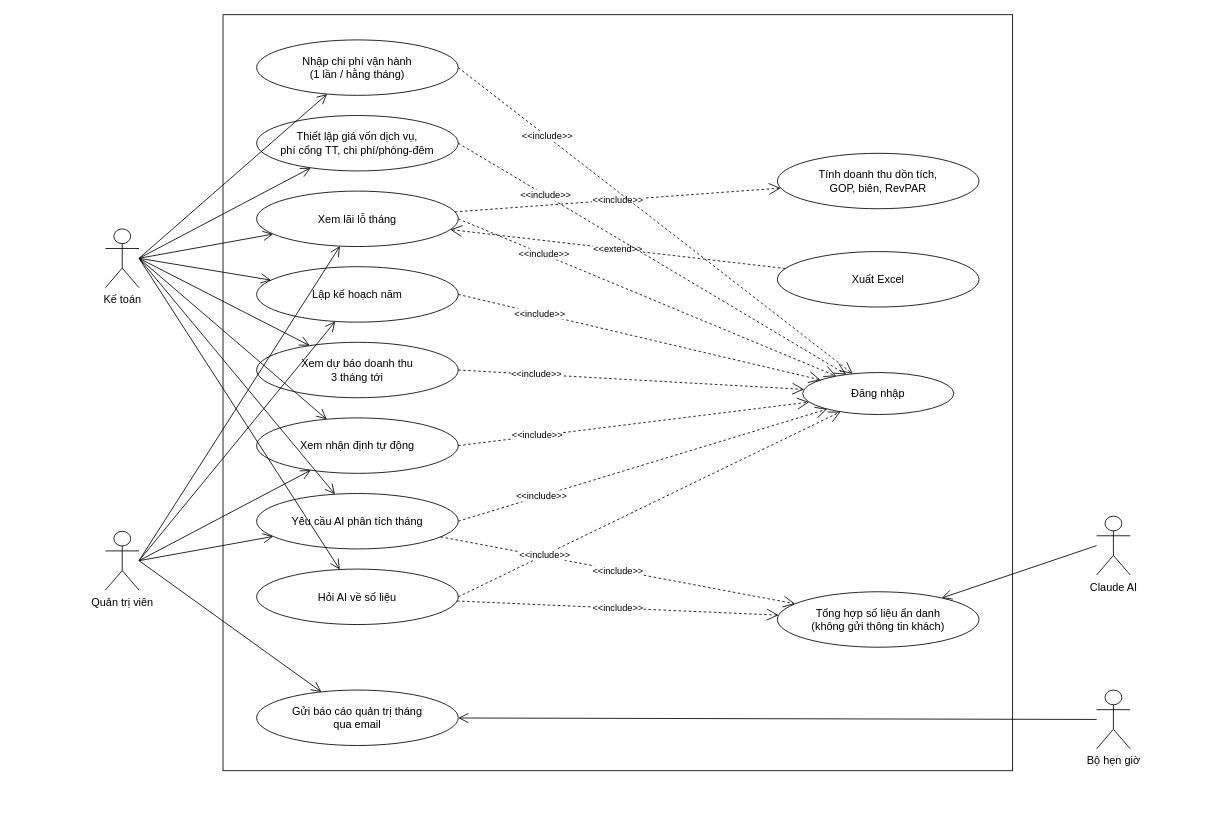
Earlier version of the draw.io diagram docs/use-case/phan-ra/uc7-lai-lo-ai.drawio (ngynquchn2511/beach-hotel). Source tidied: cells renumbered, new cells numbered last; positions are measured from the earlier drawing's top-left corner, leaving out a move shared by most shapes. Both pictures are drawn from the tidied source at 84%, with x=0, y=0 at pixel (105, 14).
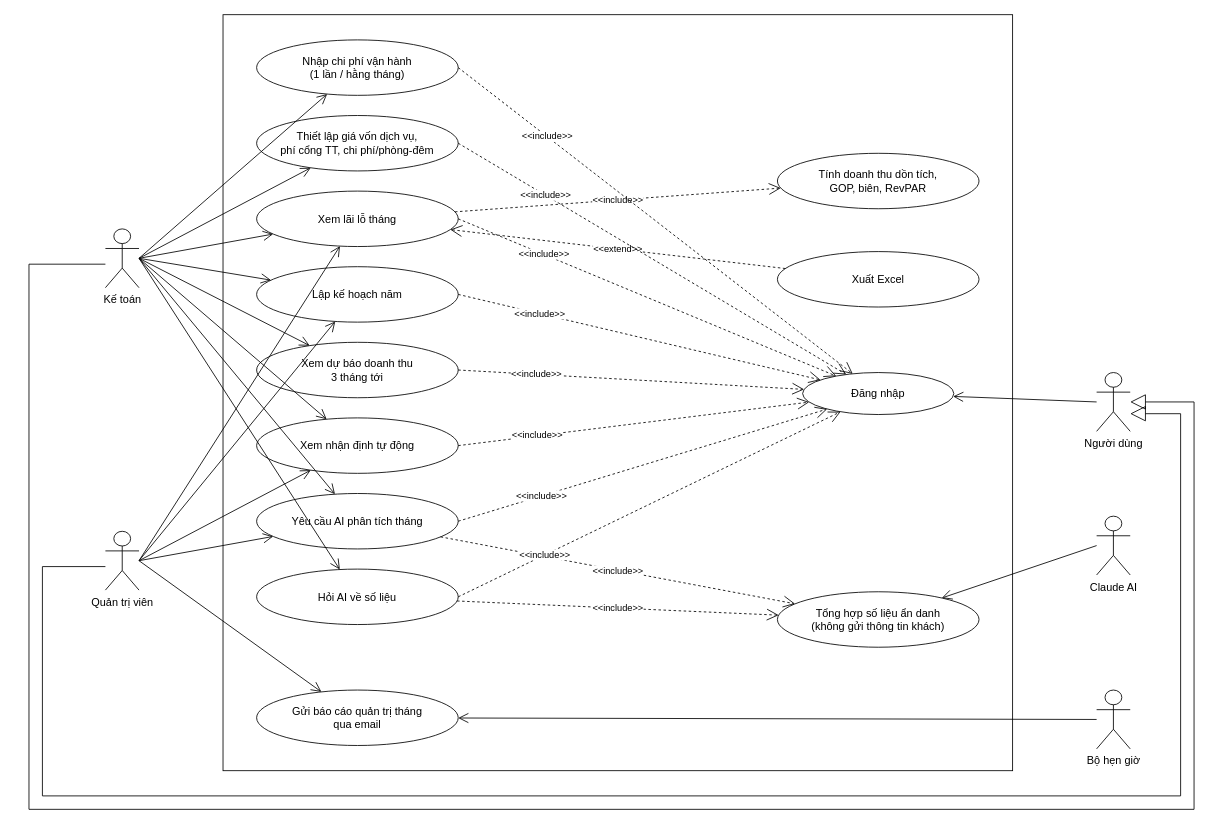
After the change.

The change refers to these unchanged cells:
```xml
<mxCell id="15" value="Đăng nhập" style="ellipse;whiteSpace=wrap;html=1;fillColor=#FFFFFF;strokeColor=#000000;fontSize=13;" parent="1" vertex="1">
  <mxGeometry x="830" y="426" width="180" height="50" as="geometry" />
</mxCell>
<mxCell id="16" value="Kế toán" style="shape=umlActor;verticalLabelPosition=bottom;verticalAlign=top;html=1;outlineConnect=0;fillColor=#FFFFFF;strokeColor=#000000;fontSize=13;" parent="1" vertex="1">
  <mxGeometry y="255" width="40" height="70" as="geometry" />
</mxCell>
<mxCell id="17" value="Quản trị viên" style="shape=umlActor;verticalLabelPosition=bottom;verticalAlign=top;html=1;outlineConnect=0;fillColor=#FFFFFF;strokeColor=#000000;fontSize=13;" parent="1" vertex="1">
  <mxGeometry y="615" width="40" height="70" as="geometry" />
</mxCell>
```

Diff of the diagram source:
```diff
@@
+    <mxCell id="47" value="Người dùng" style="shape=umlActor;verticalLabelPosition=bottom;verticalAlign=top;html=1;outlineConnect=0;fillColor=#FFFFFF;strokeColor=#000000;fontSize=13;" parent="1" vertex="1">
+      <mxGeometry x="1180" y="426" width="40" height="70" as="geometry" />
+    </mxCell>
+    <mxCell id="48" style="endArrow=open;endSize=10;html=1;rounded=0;strokeColor=#000000;exitX=0;exitY=0.5;exitDx=0;exitDy=0;exitPerimeter=0;" parent="1" edge="1" source="47" target="15">
+      <mxGeometry relative="1" as="geometry" />
+    </mxCell>
+    <mxCell id="49" style="endArrow=block;endSize=16;endFill=0;html=1;rounded=0;strokeColor=#000000;exitX=0;exitY=0.6;exitDx=0;exitDy=0;exitPerimeter=0;entryX=1;entryY=0.7;entryDx=0;entryDy=0;entryPerimeter=0;" parent="1" edge="1" source="17" target="47">
+      <mxGeometry relative="1" as="geometry">
+        <Array as="points">
+          <mxPoint x="-75" y="657" />
+          <mxPoint x="-75" y="930" />
+          <mxPoint x="1280" y="930" />
+          <mxPoint x="1280" y="475" />
+        </Array>
+      </mxGeometry>
+    </mxCell>
+    <mxCell id="50" style="endArrow=block;endSize=16;endFill=0;html=1;rounded=0;strokeColor=#000000;exitX=0;exitY=0.6;exitDx=0;exitDy=0;exitPerimeter=0;entryX=1;entryY=0.49999999999999994;entryDx=0;entryDy=0;entryPerimeter=0;" parent="1" edge="1" source="16" target="47">
+      <mxGeometry relative="1" as="geometry">
+        <Array as="points">
+          <mxPoint x="-91" y="297" />
+          <mxPoint x="-91" y="946" />
+          <mxPoint x="1296" y="946" />
+          <mxPoint x="1296" y="461" />
+        </Array>
+      </mxGeometry>
+    </mxCell>
```
